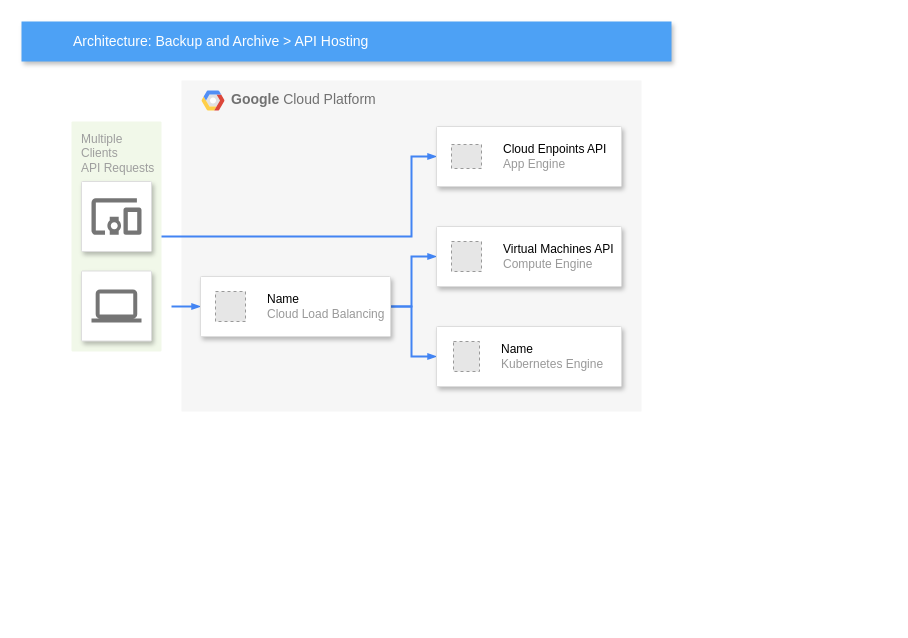
Above: CCIS-API.drawio in mattwatts36/drawings (draw.io), before the change. Source tidied: cells renumbered, new cells numbered last; positions are measured from the earlier drawing's top-left corner, leaving out a move shared by most shapes. Both pictures are drawn from the tidied source at 100%, with x=0, y=0 at pixel (21, 21). Pictures stored in the file or linked from it are replaced by grey dashed boxes.
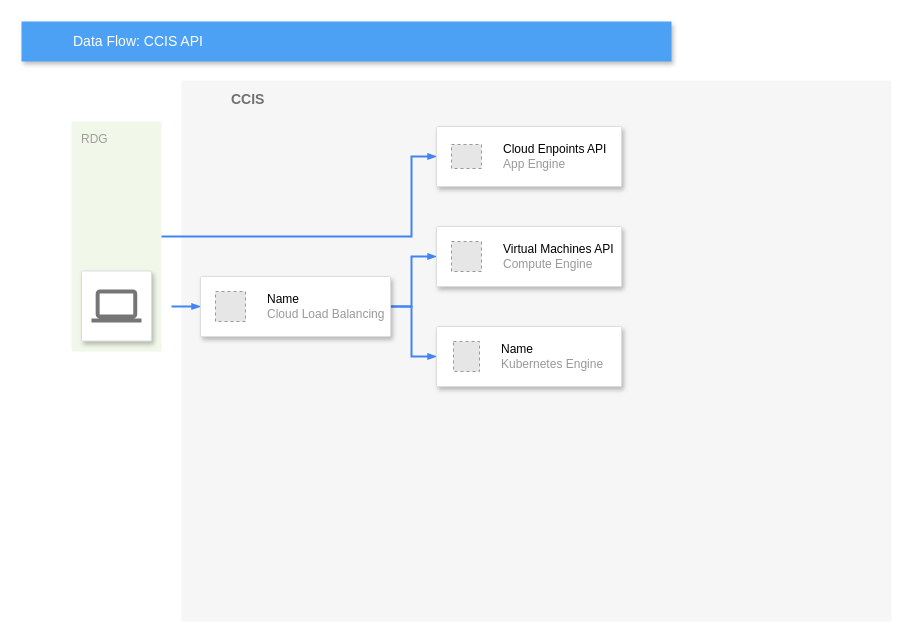
The same diagram, later.

Change to the diagram source:
```diff
@@
-    <mxCell id="2" value="&lt;b&gt;Google &lt;/b&gt;Cloud Platform" style="fillColor=#F6F6F6;strokeColor=none;shadow=0;gradientColor=none;fontSize=14;align=left;spacing=10;fontColor=#717171;9E9E9E;verticalAlign=top;spacingTop=-4;fontStyle=0;spacingLeft=40;html=1;" parent="1" vertex="1">
-      <mxGeometry x="160" y="59" width="460" height="331" as="geometry" />
+    <mxCell id="2" value="&lt;b&gt;CCIS&lt;/b&gt;" style="fillColor=#F6F6F6;strokeColor=none;shadow=0;gradientColor=none;fontSize=14;align=left;spacing=10;fontColor=#717171;9E9E9E;verticalAlign=top;spacingTop=-4;fontStyle=0;spacingLeft=40;html=1;" parent="1" vertex="1">
+      <mxGeometry x="160" y="59" width="710" height="541" as="geometry" />
     </mxCell>
-    <mxCell id="3" style="shape=mxgraph.gcp2.google_cloud_platform;fillColor=#F6F6F6;strokeColor=none;shadow=0;gradientColor=none;" parent="2" vertex="1">
-      <mxGeometry width="23" height="20" relative="1" as="geometry">
-        <mxPoint x="20" y="10" as="offset" />
-      </mxGeometry>
-    </mxCell>
-    <mxCell id="4" value="Multiple&lt;br&gt;Clients&lt;br&gt;API Requests&lt;br&gt;" style="rounded=1;absoluteArcSize=1;arcSize=2;html=1;strokeColor=none;gradientColor=none;shadow=0;dashed=0;fontSize=12;fontColor=#9E9E9E;align=left;verticalAlign=top;spacing=10;spacingTop=-4;fillColor=#F1F8E9;" parent="1" vertex="1">
+    <mxCell id="4" value="RDG" style="rounded=1;absoluteArcSize=1;arcSize=2;html=1;strokeColor=none;gradientColor=none;shadow=0;dashed=0;fontSize=12;fontColor=#9E9E9E;align=left;verticalAlign=top;spacing=10;spacingTop=-4;fillColor=#F1F8E9;" parent="1" vertex="1">
       <mxGeometry x="50" y="100" width="90" height="230" as="geometry" />
     </mxCell>
-    <mxCell id="5" value="Architecture: Backup and Archive &amp;gt; API Hosting" style="fillColor=#4DA1F5;strokeColor=none;shadow=1;gradientColor=none;fontSize=14;align=left;spacingLeft=50;fontColor=#ffffff;html=1;" parent="1" vertex="1">
+    <mxCell id="5" value="Data Flow: CCIS API" style="fillColor=#4DA1F5;strokeColor=none;shadow=1;gradientColor=none;fontSize=14;align=left;spacingLeft=50;fontColor=#ffffff;html=1;" parent="1" vertex="1">
       <mxGeometry width="650" height="40" as="geometry" />
     </mxCell>
@@
-    <mxCell id="7" style="strokeColor=#dddddd;fillColor=#ffffff;shadow=1;strokeWidth=1;rounded=1;absoluteArcSize=1;arcSize=2;labelPosition=center;verticalLabelPosition=middle;align=center;verticalAlign=bottom;spacingLeft=0;fontColor=#999999;fontSize=12;whiteSpace=wrap;spacingBottom=2;html=1;" parent="1" vertex="1">
-      <mxGeometry x="60" y="160" width="70" height="70" as="geometry" />
-    </mxCell>
-    <mxCell id="8" style="dashed=0;html=1;fillColor=#757575;strokeColor=none;shape=mxgraph.gcp2.mobile_devices;" parent="7" vertex="1">
-      <mxGeometry x="0.5" width="50" height="36.5" relative="1" as="geometry">
-        <mxPoint x="-25" y="16.8" as="offset" />
-      </mxGeometry>
-    </mxCell>
```
